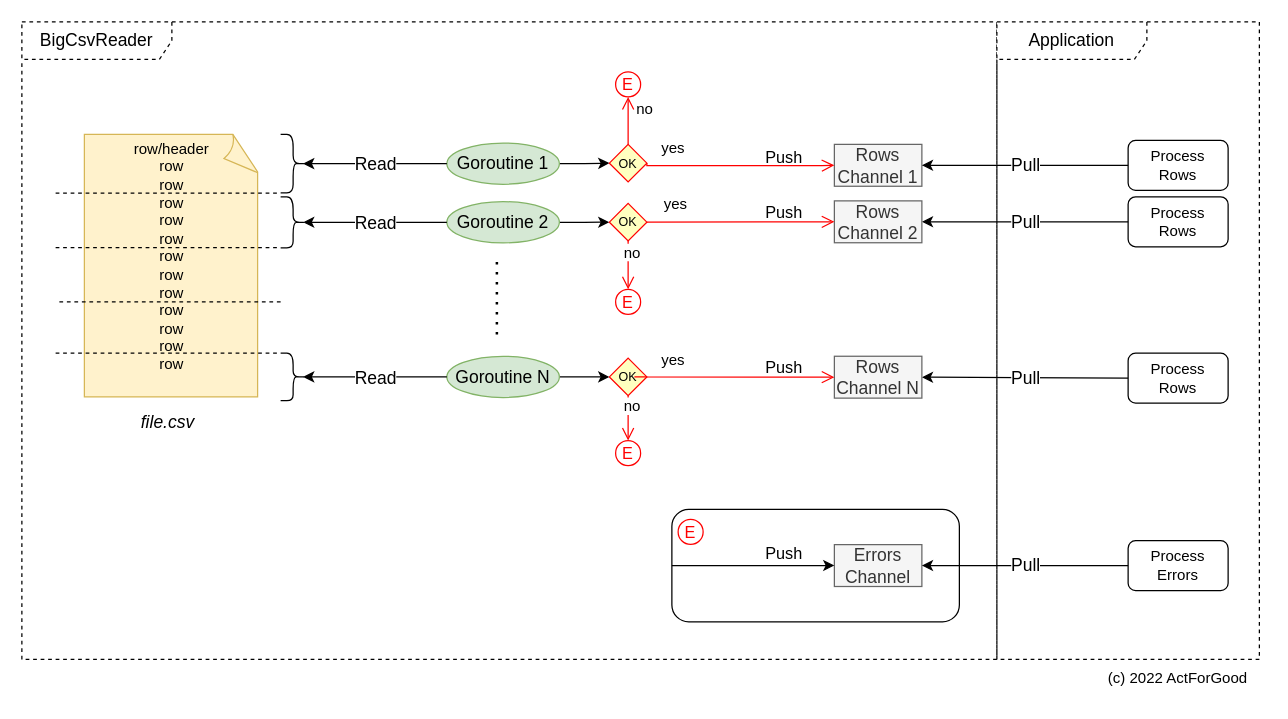
Before: docs/how-it-works.drawio in actforgood/bigcsvreader, a draw.io diagram. Source tidied: cells renumbered, new cells numbered last; positions are measured from the earlier drawing's top-left corner, leaving out a move shared by most shapes. Both pictures are drawn from the tidied source at 125%, with x=0, y=0 at pixel (21, 21).
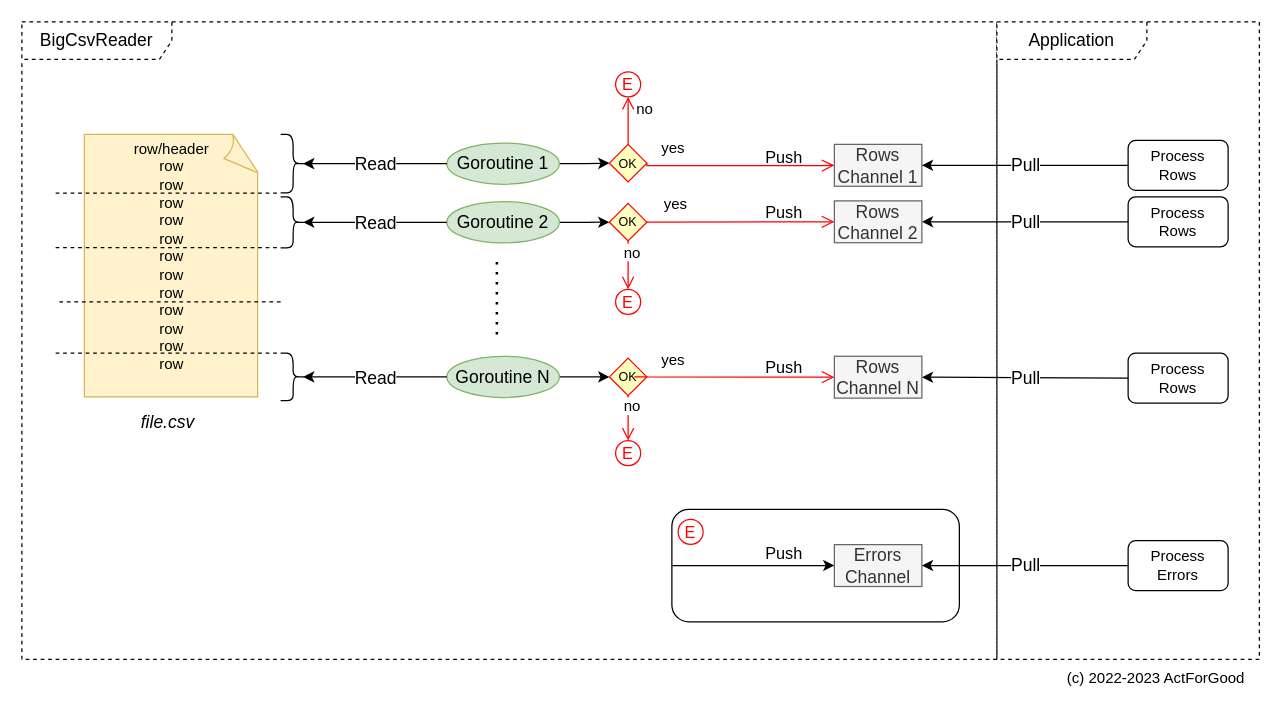
The same page after the edit.

What changed in the source:
```diff
@@
-    <mxCell id="36" value="(c) 2022 ActForGood" style="text;html=1;strokeColor=none;fillColor=none;align=center;verticalAlign=middle;whiteSpace=wrap;rounded=0;fontSize=12;fontColor=#000000;" parent="1" vertex="1">
-      <mxGeometry x="855" y="510" width="140" height="30" as="geometry" />
+    <mxCell id="36" value="(c) 2022-2023 ActForGood" style="text;html=1;strokeColor=none;fillColor=none;align=center;verticalAlign=middle;whiteSpace=wrap;rounded=0;fontSize=12;fontColor=#000000;" parent="1" vertex="1">
+      <mxGeometry x="820" y="510" width="175" height="30" as="geometry" />
     </mxCell>
```
